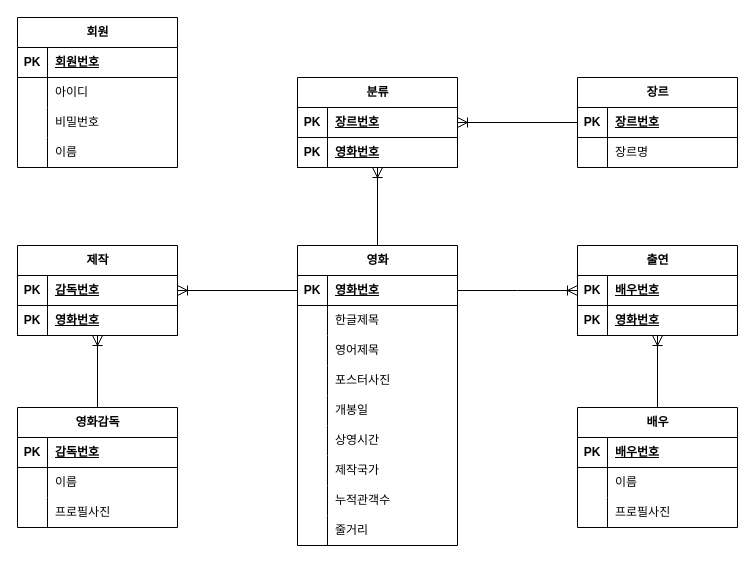
Above: page "Page-1" (1 of 2) of Movie-Story - ER 다이어그램.drawio in Psmin1994/Movie-Story (draw.io), before the change. Source tidied: cells renumbered, new cells numbered last; positions are measured from the earlier drawing's top-left corner, leaving out a move shared by most shapes. Both pictures are drawn from the tidied source at 100%, with x=0, y=0 at pixel (17, 17).
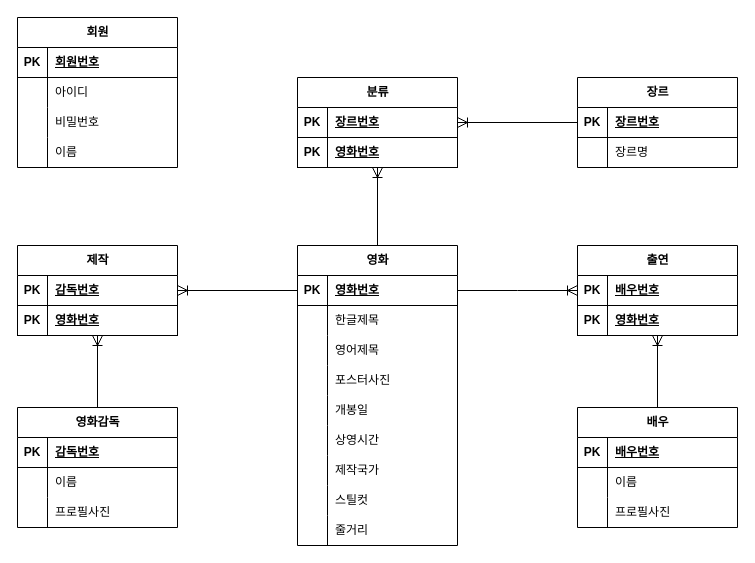
The same page after the edit.

Unchanged cells that the change refers to:
```xml
<mxCell id="24" style="shape=tableRow;horizontal=0;startSize=0;swimlaneHead=0;swimlaneBody=0;fillColor=none;top=0;left=0;right=0;bottom=0;" parent="2" vertex="1">
  <mxGeometry y="240" width="160" height="30" as="geometry" />
</mxCell>
```

Diff of the diagram source:
```diff
@@
-    <mxCell id="26" value="누적관객수" style="shape=partialRectangle;fillColor=none;top=0;left=0;bottom=0;right=0;align=left;spacingLeft=6;overflow=hidden;whiteSpace=wrap;html=1;" parent="24" vertex="1">
+    <mxCell id="26" value="스틸컷" style="shape=partialRectangle;fillColor=none;top=0;left=0;bottom=0;right=0;align=left;spacingLeft=6;overflow=hidden;whiteSpace=wrap;html=1;" parent="24" vertex="1">
       <mxGeometry x="30" width="130" height="30" as="geometry" />
     </mxCell>
```
